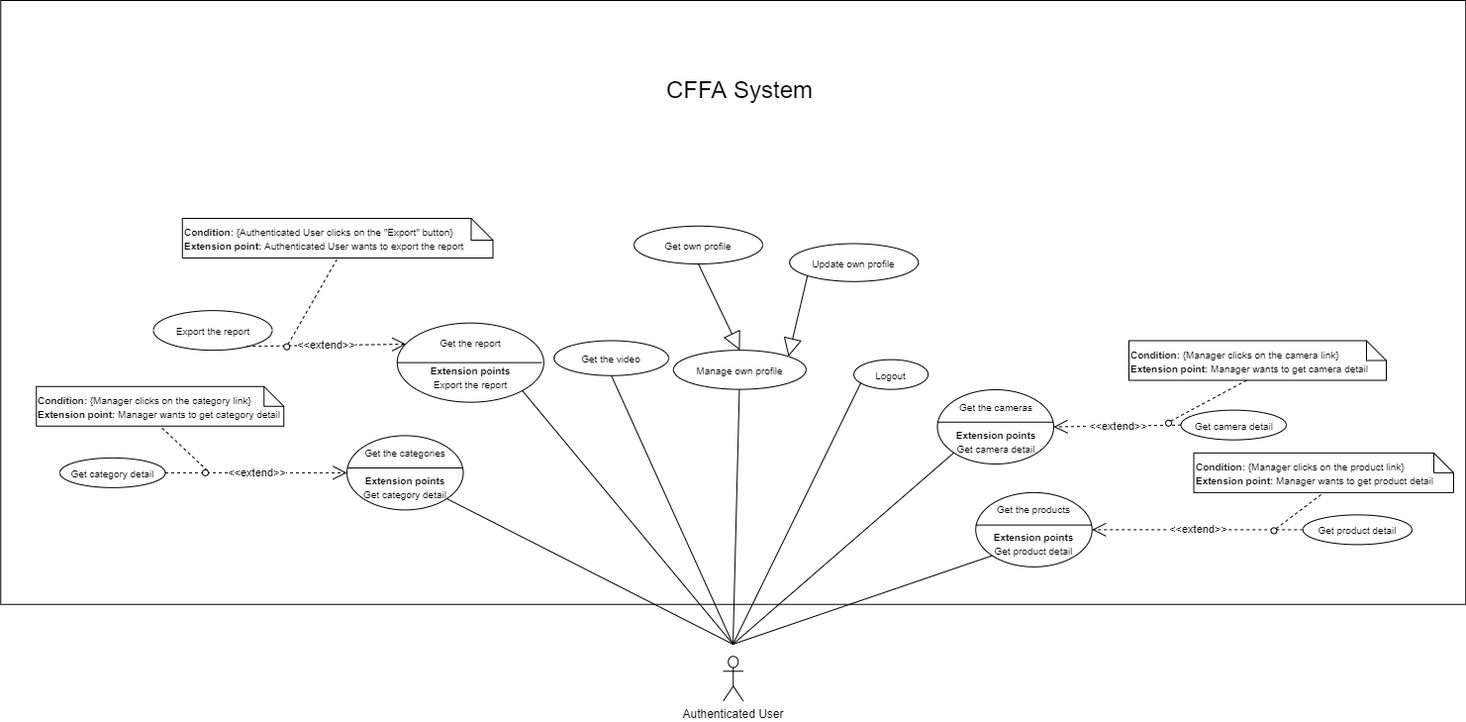
Before: Users/HuuDN/UsecaseDiagram/UsecaseOverview-Authen.png, a diagram exported from draw.io (luannmdev/CapstoneDocument). Source tidied: cells renumbered, new cells last; positions are measured from the earlier drawing's top-left corner, leaving out a move shared by most shapes.
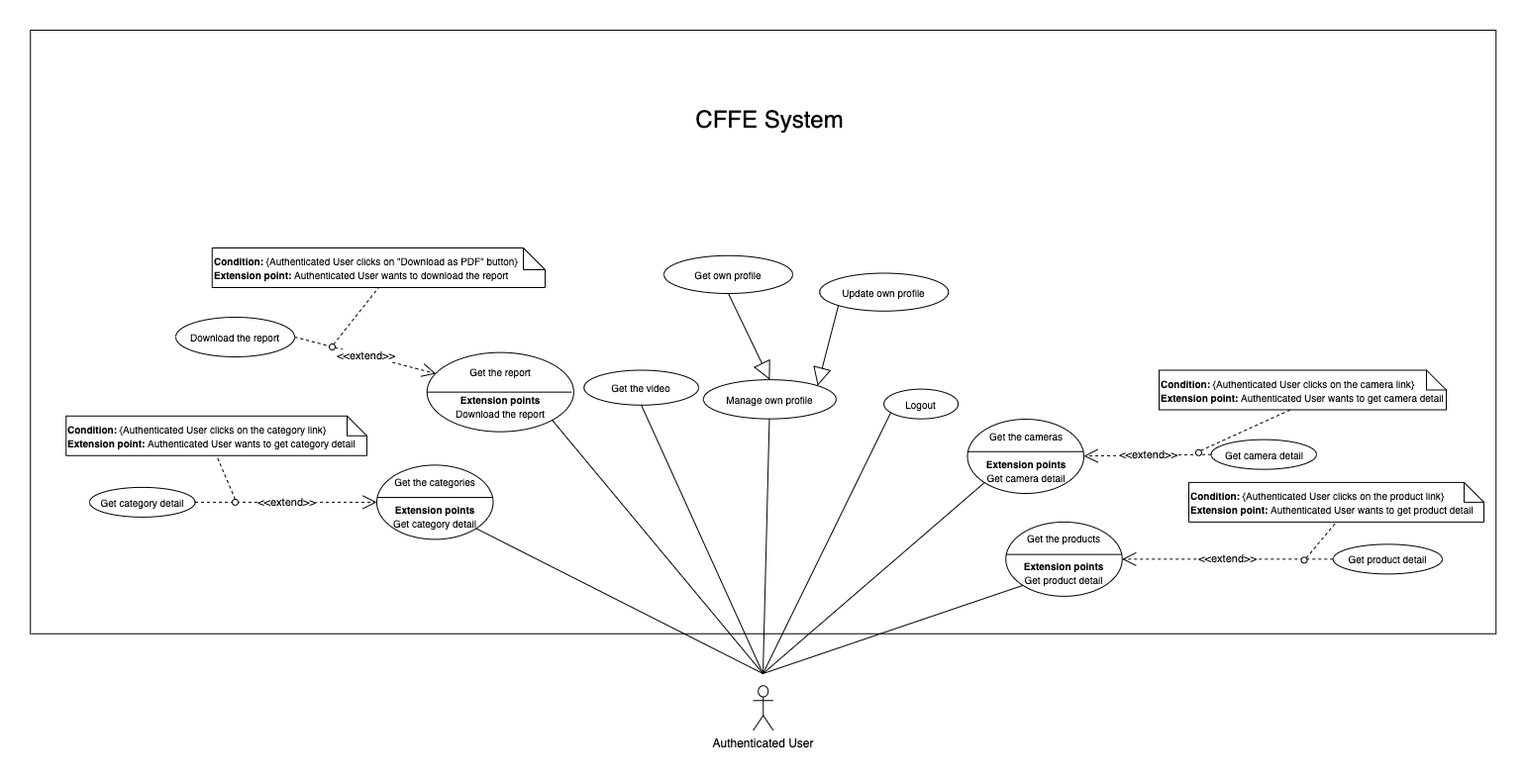
Above is the later version.

Diff of the diagram source:
```diff
@@ -5,10 +5,10 @@
     <mxCell id="2" style="rounded=0;whiteSpace=wrap;html=1;" parent="1" vertex="1">
       <mxGeometry x="0.2" width="1480" height="609.8" as="geometry" />
     </mxCell>
-    <mxCell id="3" value="&lt;span style=&quot;font-size: 24px&quot;&gt;CFFA System&lt;/span&gt;" style="text;html=1;strokeColor=none;fillColor=none;align=center;verticalAlign=middle;whiteSpace=wrap;rounded=0;" parent="1" vertex="1">
+    <mxCell id="3" value="&lt;span style=&quot;font-size: 24px&quot;&gt;CFFE System&lt;/span&gt;" style="text;html=1;strokeColor=none;fillColor=none;align=center;verticalAlign=middle;whiteSpace=wrap;rounded=0;" parent="1" vertex="1">
       <mxGeometry x="581.9" y="80" width="330" height="20" as="geometry" />
     </mxCell>
-    <mxCell id="4" value="&lt;font style=&quot;font-size: 10px&quot;&gt;Get the report&lt;br&gt;&lt;br&gt;&lt;b&gt;Extension points&lt;br&gt;&lt;/b&gt;Export the report&lt;br&gt;&lt;/font&gt;" style="ellipse;whiteSpace=wrap;html=1;fillColor=#ffffff;gradientColor=none;" parent="1" vertex="1">
+    <mxCell id="4" value="&lt;font style=&quot;font-size: 10px&quot;&gt;Get the report&lt;br&gt;&lt;br&gt;&lt;b&gt;Extension points&lt;br&gt;&lt;/b&gt;Download the report&lt;br&gt;&lt;/font&gt;" style="ellipse;whiteSpace=wrap;html=1;fillColor=#ffffff;gradientColor=none;" parent="1" vertex="1">
       <mxGeometry x="400.8" y="325.6" width="148.1" height="80" as="geometry" />
     </mxCell>
     <mxCell id="5" value="&lt;font style=&quot;font-size: 10px&quot;&gt;Get the video&lt;br&gt;&lt;/font&gt;" style="ellipse;whiteSpace=wrap;html=1;fillColor=#ffffff;gradientColor=none;" parent="1" vertex="1">
@@ -37,8 +37,8 @@
     <mxCell id="12" value="&amp;lt;&amp;lt;extend&amp;gt;&amp;gt;" style="endArrow=open;endSize=12;dashed=1;html=1;exitX=0;exitY=0.5;exitDx=0;exitDy=0;" parent="1" edge="1" source="11" target="9">
       <mxGeometry relative="1" as="geometry" />
     </mxCell>
-    <mxCell id="13" value="&lt;font style=&quot;font-size: 10px&quot;&gt;&lt;b&gt;Condition: &lt;/b&gt;{Manager&amp;nbsp;clicks on the&amp;nbsp;&lt;span style=&quot;text-align: center&quot;&gt;product&lt;/span&gt;&amp;nbsp;link}&lt;br&gt;&lt;b&gt;Extension point:&amp;nbsp;&lt;/b&gt;Manager&amp;nbsp;wants to get&amp;nbsp;&lt;span style=&quot;text-align: center&quot;&gt;product&lt;/span&gt;&amp;nbsp;detail&lt;/font&gt;" style="shape=note;size=20;whiteSpace=wrap;html=1;align=left;" parent="1" vertex="1">
-      <mxGeometry x="1205.5" y="456.9" width="262.5" height="40" as="geometry" />
+    <mxCell id="13" value="&lt;font style=&quot;font-size: 10px&quot;&gt;&lt;b&gt;Condition: &lt;/b&gt;{Authenticated User&amp;nbsp;clicks on the&amp;nbsp;&lt;span style=&quot;text-align: center&quot;&gt;product&lt;/span&gt;&amp;nbsp;link}&lt;br&gt;&lt;b&gt;Extension point:&amp;nbsp;&lt;/b&gt;Authenticated User&amp;nbsp;wants to get&amp;nbsp;&lt;span style=&quot;text-align: center&quot;&gt;product&lt;/span&gt;&amp;nbsp;detail&lt;/font&gt;" style="shape=note;size=20;whiteSpace=wrap;html=1;align=left;" parent="1" vertex="1">
+      <mxGeometry x="1170" y="456.9" width="298" height="40" as="geometry" />
     </mxCell>
     <mxCell id="14" style="endArrow=none;dashed=1;html=1;entryX=0.5;entryY=1;entryDx=0;entryDy=0;entryPerimeter=0;exitX=1;exitY=0;exitDx=0;exitDy=0;" parent="1" edge="1" source="15" target="13">
       <mxGeometry relative="1" as="geometry" />
@@ -58,8 +58,8 @@
     <mxCell id="19" value="&amp;lt;&amp;lt;extend&amp;gt;&amp;gt;" style="endArrow=open;endSize=12;dashed=1;html=1;exitX=0;exitY=0.5;exitDx=0;exitDy=0;" parent="1" edge="1" source="18" target="16">
       <mxGeometry relative="1" as="geometry" />
     </mxCell>
-    <mxCell id="20" value="&lt;font style=&quot;font-size: 10px&quot;&gt;&lt;b&gt;Condition: &lt;/b&gt;{Manager&amp;nbsp;clicks on the&amp;nbsp;&lt;span style=&quot;text-align: center&quot;&gt;camera&lt;/span&gt;&amp;nbsp;link}&lt;br&gt;&lt;b&gt;Extension point:&amp;nbsp;&lt;/b&gt;Manager&amp;nbsp;wants to get&amp;nbsp;&lt;span style=&quot;text-align: center&quot;&gt;camera&lt;/span&gt;&amp;nbsp;detail&lt;/font&gt;" style="shape=note;size=20;whiteSpace=wrap;html=1;align=left;" parent="1" vertex="1">
-      <mxGeometry x="1140" y="343.5" width="260" height="40" as="geometry" />
+    <mxCell id="20" value="&lt;font style=&quot;font-size: 10px&quot;&gt;&lt;b&gt;Condition: &lt;/b&gt;{Authenticated User&amp;nbsp;clicks on the&amp;nbsp;&lt;span style=&quot;text-align: center&quot;&gt;camera&lt;/span&gt;&amp;nbsp;link}&lt;br&gt;&lt;b&gt;Extension point:&amp;nbsp;&lt;/b&gt;Authenticated User&amp;nbsp;wants to get&amp;nbsp;&lt;span style=&quot;text-align: center&quot;&gt;camera&lt;/span&gt;&amp;nbsp;detail&lt;/font&gt;" style="shape=note;size=20;whiteSpace=wrap;html=1;align=left;" parent="1" vertex="1">
+      <mxGeometry x="1140" y="343.5" width="290" height="40" as="geometry" />
     </mxCell>
     <mxCell id="21" style="endArrow=none;dashed=1;html=1;entryX=0.462;entryY=0.985;entryDx=0;entryDy=0;entryPerimeter=0;exitX=1;exitY=0;exitDx=0;exitDy=0;" parent="1" edge="1" source="44" target="20">
       <mxGeometry relative="1" as="geometry" />
@@ -74,20 +74,20 @@
         <mxPoint x="740" y="650" as="sourcePoint" />
       </mxGeometry>
     </mxCell>
-    <mxCell id="24" value="&lt;font style=&quot;font-size: 10px&quot;&gt;Export the report&lt;/font&gt;" style="ellipse;whiteSpace=wrap;html=1;" parent="1" vertex="1">
-      <mxGeometry x="154.5" y="313.1" width="120" height="40" as="geometry" />
+    <mxCell id="24" value="&lt;font style=&quot;font-size: 10px&quot;&gt;Download the report&lt;/font&gt;" style="ellipse;whiteSpace=wrap;html=1;" parent="1" vertex="1">
+      <mxGeometry x="147" y="290" width="120" height="40" as="geometry" />
     </mxCell>
-    <mxCell id="25" value="&amp;lt;&amp;lt;extend&amp;gt;&amp;gt;" style="endArrow=open;endSize=12;dashed=1;html=1;exitX=0.786;exitY=0.902;exitDx=0;exitDy=0;entryX=0.061;entryY=0.267;entryDx=0;entryDy=0;exitPerimeter=0;entryPerimeter=0;" parent="1" edge="1" source="24" target="4">
+    <mxCell id="25" value="&amp;lt;&amp;lt;extend&amp;gt;&amp;gt;" style="endArrow=open;endSize=12;dashed=1;html=1;exitX=1;exitY=0.5;exitDx=0;exitDy=0;entryX=0.061;entryY=0.267;entryDx=0;entryDy=0;entryPerimeter=0;" parent="1" edge="1" source="24" target="4">
       <mxGeometry relative="1" as="geometry" />
     </mxCell>
-    <mxCell id="26" value="&lt;b style=&quot;font-size: 10px&quot;&gt;Condition:&amp;nbsp;&lt;/b&gt;&lt;span style=&quot;font-size: 10px&quot;&gt;{Authenticated User&lt;/span&gt;&lt;span style=&quot;font-size: 10px&quot;&gt;&amp;nbsp;clicks on the&amp;nbsp;&lt;/span&gt;&lt;span style=&quot;font-size: 10px ; text-align: center&quot;&gt;&quot;Export&quot;&lt;/span&gt;&lt;span style=&quot;font-size: 10px&quot;&gt;&amp;nbsp;button}&lt;/span&gt;&lt;br style=&quot;font-size: 10px&quot;&gt;&lt;b style=&quot;font-size: 10px&quot;&gt;Extension point:&amp;nbsp;&lt;/b&gt;&lt;span style=&quot;font-size: 10px&quot;&gt;Authenticated User&lt;/span&gt;&lt;span style=&quot;font-size: 10px&quot;&gt;&amp;nbsp;wants to export the&amp;nbsp;&lt;/span&gt;&lt;span style=&quot;font-size: 10px ; text-align: center&quot;&gt;report&lt;/span&gt;" style="shape=note;size=22;whiteSpace=wrap;html=1;align=left;" parent="1" vertex="1">
-      <mxGeometry x="183.8" y="220" width="313.8" height="40" as="geometry" />
+    <mxCell id="26" value="&lt;b style=&quot;font-size: 10px&quot;&gt;Condition:&amp;nbsp;&lt;/b&gt;&lt;span style=&quot;font-size: 10px&quot;&gt;{Authenticated User&lt;/span&gt;&lt;span style=&quot;font-size: 10px&quot;&gt;&amp;nbsp;clicks on&amp;nbsp;&lt;/span&gt;&lt;span style=&quot;font-size: 10px ; text-align: center&quot;&gt;&quot;Download as PDF&quot;&lt;/span&gt;&lt;span style=&quot;font-size: 10px&quot;&gt;&amp;nbsp;button}&lt;/span&gt;&lt;br style=&quot;font-size: 10px&quot;&gt;&lt;b style=&quot;font-size: 10px&quot;&gt;Extension point:&amp;nbsp;&lt;/b&gt;&lt;span style=&quot;font-size: 10px&quot;&gt;Authenticated User&lt;/span&gt;&lt;span style=&quot;font-size: 10px&quot;&gt;&amp;nbsp;wants to download the&amp;nbsp;&lt;/span&gt;&lt;span style=&quot;font-size: 10px ; text-align: center&quot;&gt;report&lt;/span&gt;" style="shape=note;size=22;whiteSpace=wrap;html=1;align=left;" parent="1" vertex="1">
+      <mxGeometry x="183.8" y="220" width="336.2" height="40" as="geometry" />
     </mxCell>
     <mxCell id="27" style="endArrow=none;dashed=1;html=1;entryX=0.5;entryY=1;entryDx=0;entryDy=0;entryPerimeter=0;exitX=0.081;exitY=0.285;exitDx=0;exitDy=0;exitPerimeter=0;" parent="1" edge="1" source="28" target="26">
       <mxGeometry relative="1" as="geometry" />
     </mxCell>
     <mxCell id="28" style="ellipse;whiteSpace=wrap;html=1;direction=south;" parent="1" vertex="1">
-      <mxGeometry x="286.3" y="346.6" width="6" height="6" as="geometry" />
+      <mxGeometry x="302" y="317" width="6" height="6" as="geometry" />
     </mxCell>
     <mxCell id="29" value="&lt;span style=&quot;font-size: 10px&quot;&gt;Manage own profile&lt;/span&gt;" style="ellipse;whiteSpace=wrap;html=1;" parent="1" vertex="1">
       <mxGeometry x="679.9" y="353.1" width="134" height="39.5" as="geometry" />
@@ -112,10 +112,10 @@
     <mxCell id="35" value="&amp;lt;&amp;lt;extend&amp;gt;&amp;gt;" style="endArrow=open;endSize=12;dashed=1;html=1;exitX=1;exitY=0.5;exitDx=0;exitDy=0;" parent="1" edge="1" source="34" target="32">
       <mxGeometry relative="1" as="geometry" />
     </mxCell>
-    <mxCell id="36" value="&lt;font style=&quot;font-size: 10px&quot;&gt;&lt;b&gt;Condition: &lt;/b&gt;{Manager clicks on the&amp;nbsp;&lt;span style=&quot;text-align: center&quot;&gt;category&lt;/span&gt;&amp;nbsp;link}&lt;br&gt;&lt;b&gt;Extension point:&amp;nbsp;&lt;/b&gt;Manager&amp;nbsp;wants to get&amp;nbsp;&lt;span style=&quot;text-align: center&quot;&gt;category&lt;/span&gt;&amp;nbsp;detail&lt;/font&gt;" style="shape=note;size=20;whiteSpace=wrap;html=1;align=left;" parent="1" vertex="1">
-      <mxGeometry x="36.2" y="389.8" width="250" height="40" as="geometry" />
+    <mxCell id="36" value="&lt;font style=&quot;font-size: 10px&quot;&gt;&lt;b&gt;Condition: &lt;/b&gt;{Authenticated User&amp;nbsp;clicks on the&amp;nbsp;&lt;span style=&quot;text-align: center&quot;&gt;category&lt;/span&gt;&amp;nbsp;link}&lt;br&gt;&lt;b&gt;Extension point:&amp;nbsp;&lt;/b&gt;Authenticated User&amp;nbsp;wants to get&amp;nbsp;&lt;span style=&quot;text-align: center&quot;&gt;category&lt;/span&gt;&amp;nbsp;detail&lt;/font&gt;" style="shape=note;size=20;whiteSpace=wrap;html=1;align=left;" parent="1" vertex="1">
+      <mxGeometry x="36.2" y="389.8" width="303.8" height="40" as="geometry" />
     </mxCell>
-    <mxCell id="37" style="endArrow=none;dashed=1;html=1;entryX=0.5;entryY=1;entryDx=0;entryDy=0;entryPerimeter=0;exitX=1;exitY=0;exitDx=0;exitDy=0;" parent="1" edge="1" source="38" target="36">
+    <mxCell id="37" style="endArrow=none;dashed=1;html=1;entryX=0.5;entryY=1;entryDx=0;entryDy=0;entryPerimeter=0;exitX=0.5;exitY=0;exitDx=0;exitDy=0;" parent="1" edge="1" source="38" target="36">
       <mxGeometry relative="1" as="geometry" />
     </mxCell>
     <mxCell id="38" style="ellipse;whiteSpace=wrap;html=1;" parent="1" vertex="1">
```
